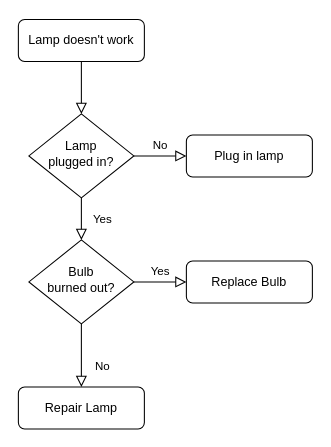
The draw.io diagram Untitled Diagram.drawio in FeiLCube/drawio, before the edit. Source tidied: cells renumbered, new cells numbered last; positions are measured from the earlier drawing's top-left corner, leaving out a move shared by most shapes. Both pictures are drawn from the tidied source at 105%, with x=0, y=0 at pixel (18, 19).
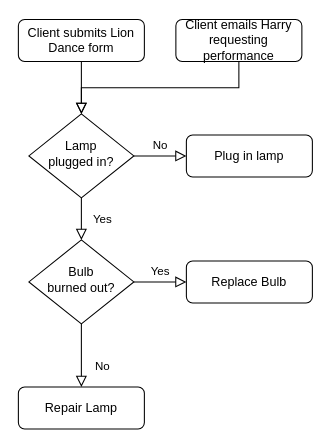
The same page after the edit.

What changed in the source:
```diff
@@
 <mxGraphModel>
   <root>
     <mxCell id="0" />
     <mxCell id="1" parent="0" />
     <mxCell id="2" style="rounded=0;html=1;jettySize=auto;fontSize=11;endArrow=block;endFill=0;endSize=8;strokeWidth=1;shadow=0;labelBackgroundColor=none;edgeStyle=orthogonalEdgeStyle;" parent="1" edge="1" source="3" target="6">
       <mxGeometry relative="1" as="geometry" />
     </mxCell>
-    <mxCell id="3" value="Lamp doesn't work" style="rounded=1;whiteSpace=wrap;html=1;fontSize=12;glass=0;strokeWidth=1;shadow=0;" parent="1" vertex="1">
+    <mxCell id="3" value="Client submits Lion Dance form" style="rounded=1;whiteSpace=wrap;html=1;fontSize=12;glass=0;strokeWidth=1;shadow=0;" parent="1" vertex="1">
       <mxGeometry width="120" height="40" as="geometry" />
     </mxCell>
     <mxCell id="4" value="Yes" style="rounded=0;html=1;jettySize=auto;fontSize=11;endArrow=block;endFill=0;endSize=8;strokeWidth=1;shadow=0;labelBackgroundColor=none;edgeStyle=orthogonalEdgeStyle;" parent="1" edge="1" source="6" target="10">
       <mxGeometry y="20" relative="1" as="geometry" />
     </mxCell>
     <mxCell id="5" value="No" style="edgeStyle=orthogonalEdgeStyle;rounded=0;html=1;jettySize=auto;fontSize=11;endArrow=block;endFill=0;endSize=8;strokeWidth=1;shadow=0;labelBackgroundColor=none;" parent="1" edge="1" source="6" target="7">
       <mxGeometry y="10" relative="1" as="geometry" />
     </mxCell>
     <mxCell id="6" value="Lamp&lt;br&gt;plugged in?" style="rhombus;whiteSpace=wrap;html=1;shadow=0;fontFamily=Helvetica;fontSize=12;align=center;strokeWidth=1;spacing=6;spacingTop=-4;" parent="1" vertex="1">
       <mxGeometry x="10" y="90" width="100" height="80" as="geometry" />
     </mxCell>
     <mxCell id="7" value="Plug in lamp" style="rounded=1;whiteSpace=wrap;html=1;fontSize=12;glass=0;strokeWidth=1;shadow=0;" parent="1" vertex="1">
       <mxGeometry x="160" y="110" width="120" height="40" as="geometry" />
     </mxCell>
     <mxCell id="8" value="No" style="rounded=0;html=1;jettySize=auto;fontSize=11;endArrow=block;endFill=0;endSize=8;strokeWidth=1;shadow=0;labelBackgroundColor=none;edgeStyle=orthogonalEdgeStyle;" parent="1" edge="1" source="10" target="11">
       <mxGeometry x="0.33" y="20" relative="1" as="geometry" />
     </mxCell>
     <mxCell id="9" value="Yes" style="edgeStyle=orthogonalEdgeStyle;rounded=0;html=1;jettySize=auto;fontSize=11;endArrow=block;endFill=0;endSize=8;strokeWidth=1;shadow=0;labelBackgroundColor=none;" parent="1" edge="1" source="10" target="12">
       <mxGeometry y="10" relative="1" as="geometry" />
     </mxCell>
     <mxCell id="10" value="Bulb&lt;br&gt;burned out?" style="rhombus;whiteSpace=wrap;html=1;shadow=0;fontFamily=Helvetica;fontSize=12;align=center;strokeWidth=1;spacing=6;spacingTop=-4;" parent="1" vertex="1">
       <mxGeometry x="10" y="210" width="100" height="80" as="geometry" />
     </mxCell>
     <mxCell id="11" value="Repair Lamp" style="rounded=1;whiteSpace=wrap;html=1;fontSize=12;glass=0;strokeWidth=1;shadow=0;" parent="1" vertex="1">
       <mxGeometry y="350" width="120" height="40" as="geometry" />
     </mxCell>
     <mxCell id="12" value="Replace Bulb" style="rounded=1;whiteSpace=wrap;html=1;fontSize=12;glass=0;strokeWidth=1;shadow=0;" parent="1" vertex="1">
       <mxGeometry x="160" y="230" width="120" height="40" as="geometry" />
     </mxCell>
+    <mxCell id="13" value="Client emails Harry requesting performance" style="rounded=1;whiteSpace=wrap;html=1;fontSize=12;glass=0;strokeWidth=1;shadow=0;" parent="1" vertex="1">
+      <mxGeometry x="150" width="120" height="40" as="geometry" />
+    </mxCell>
+    <mxCell id="14" style="rounded=0;html=1;jettySize=auto;fontSize=11;endArrow=block;endFill=0;endSize=8;strokeWidth=1;shadow=0;labelBackgroundColor=none;edgeStyle=orthogonalEdgeStyle;entryX=0.5;entryY=0;entryDx=0;entryDy=0;exitX=0.5;exitY=1;exitDx=0;exitDy=0;" parent="1" edge="1" source="13" target="6">
+      <mxGeometry relative="1" as="geometry" />
+    </mxCell>
   </root>
 </mxGraphModel>
```
